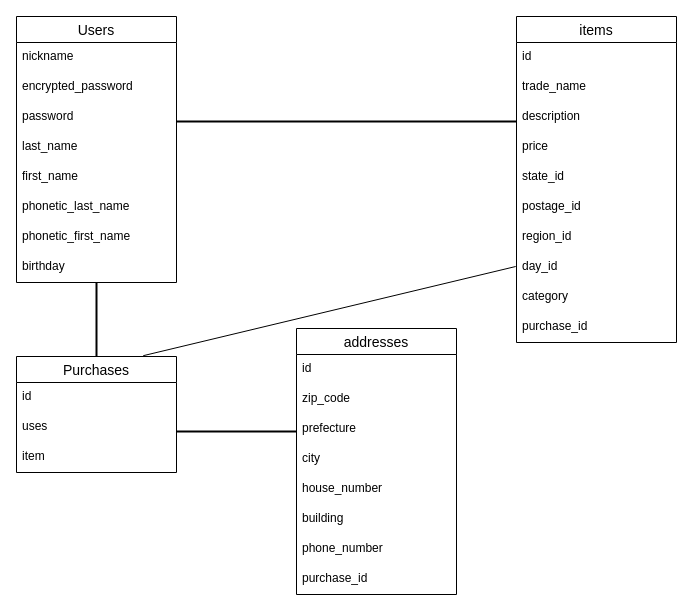
Above: ER.dio in dayan73/furima-39820 (draw.io), before the change. Source tidied: cells renumbered, new cells numbered last; positions are measured from the earlier drawing's top-left corner, leaving out a move shared by most shapes. Both pictures are drawn from the tidied source at 100%, with x=0, y=0 at pixel (16, 16).
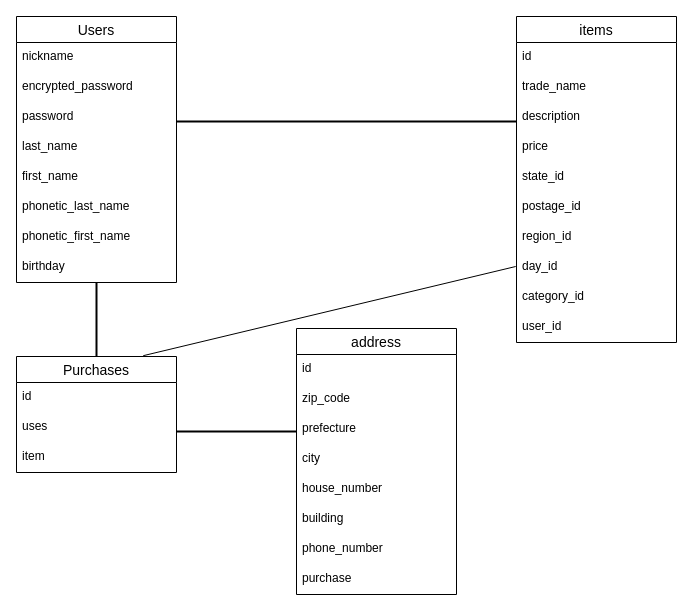
The same page after the edit.

Unchanged cells that the change refers to:
```xml
<mxCell id="11" value="items" style="swimlane;fontStyle=0;horizontal=1;startSize=26;align=center;fontSize=14;" parent="1" vertex="1">
  <mxGeometry x="500" width="160" height="326" as="geometry" />
</mxCell>
```

Change to the diagram source:
```diff
@@
-    <mxCell id="20" value="category           " style="text;strokeColor=none;fillColor=none;spacingLeft=4;spacingRight=4;overflow=hidden;fontSize=12;" parent="11" vertex="1">
+    <mxCell id="20" value="category_id" style="text;strokeColor=none;fillColor=none;spacingLeft=4;spacingRight=4;overflow=hidden;fontSize=12;" parent="11" vertex="1">
       <mxGeometry y="266" width="160" height="30" as="geometry" />
     </mxCell>
-    <mxCell id="21" value="purchase_id" style="text;strokeColor=none;fillColor=none;spacingLeft=4;spacingRight=4;overflow=hidden;fontSize=12;" parent="11" vertex="1">
+    <mxCell id="21" value="user_id" style="text;strokeColor=none;fillColor=none;spacingLeft=4;spacingRight=4;overflow=hidden;fontSize=12;" parent="11" vertex="1">
       <mxGeometry y="296" width="160" height="30" as="geometry" />
     </mxCell>
@@
-    <mxCell id="30" value="addresses" style="swimlane;fontStyle=0;horizontal=1;startSize=26;align=center;fontSize=14;" parent="1" vertex="1">
+    <mxCell id="30" value="address" style="swimlane;fontStyle=0;horizontal=1;startSize=26;align=center;fontSize=14;" parent="1" vertex="1">
       <mxGeometry x="280" y="312" width="160" height="266" as="geometry" />
     </mxCell>
@@
-    <mxCell id="38" value="purchase_id" style="text;strokeColor=none;fillColor=none;spacingLeft=4;spacingRight=4;overflow=hidden;fontSize=12;" parent="30" vertex="1">
+    <mxCell id="38" value="purchase" style="text;strokeColor=none;fillColor=none;spacingLeft=4;spacingRight=4;overflow=hidden;fontSize=12;" parent="30" vertex="1">
       <mxGeometry y="236" width="160" height="30" as="geometry" />
     </mxCell>
```
